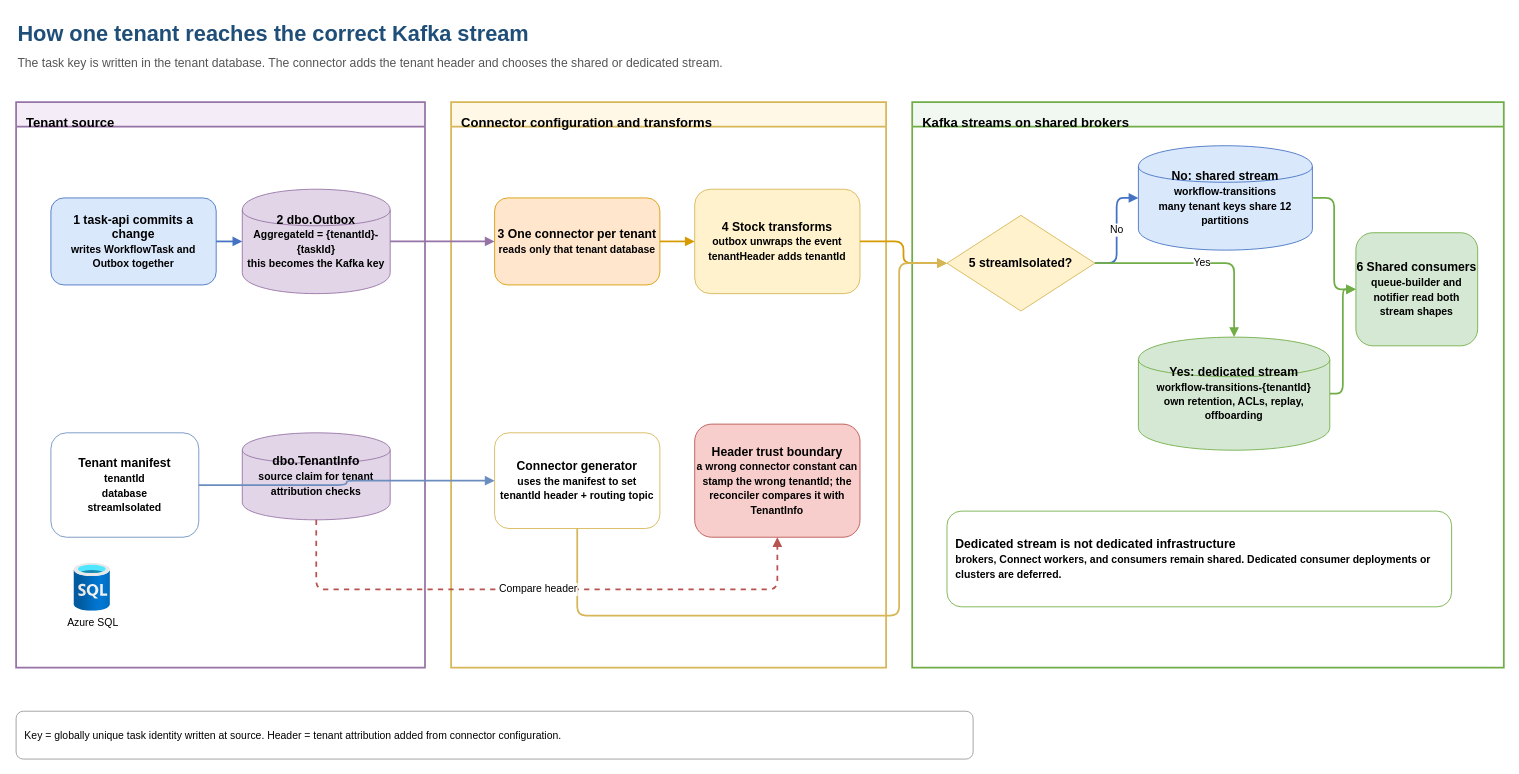
The draw.io diagram docs/diagrams/tenant-routing-isolation.drawio in collaborationwithothers/cdc-platform-azure, before the edit. Source tidied: cells renumbered, new cells numbered last; positions are measured from the earlier drawing's top-left corner, leaving out a move shared by most shapes. Both pictures are drawn from the tidied source at 87%, with x=0, y=0 at pixel (16, 15).
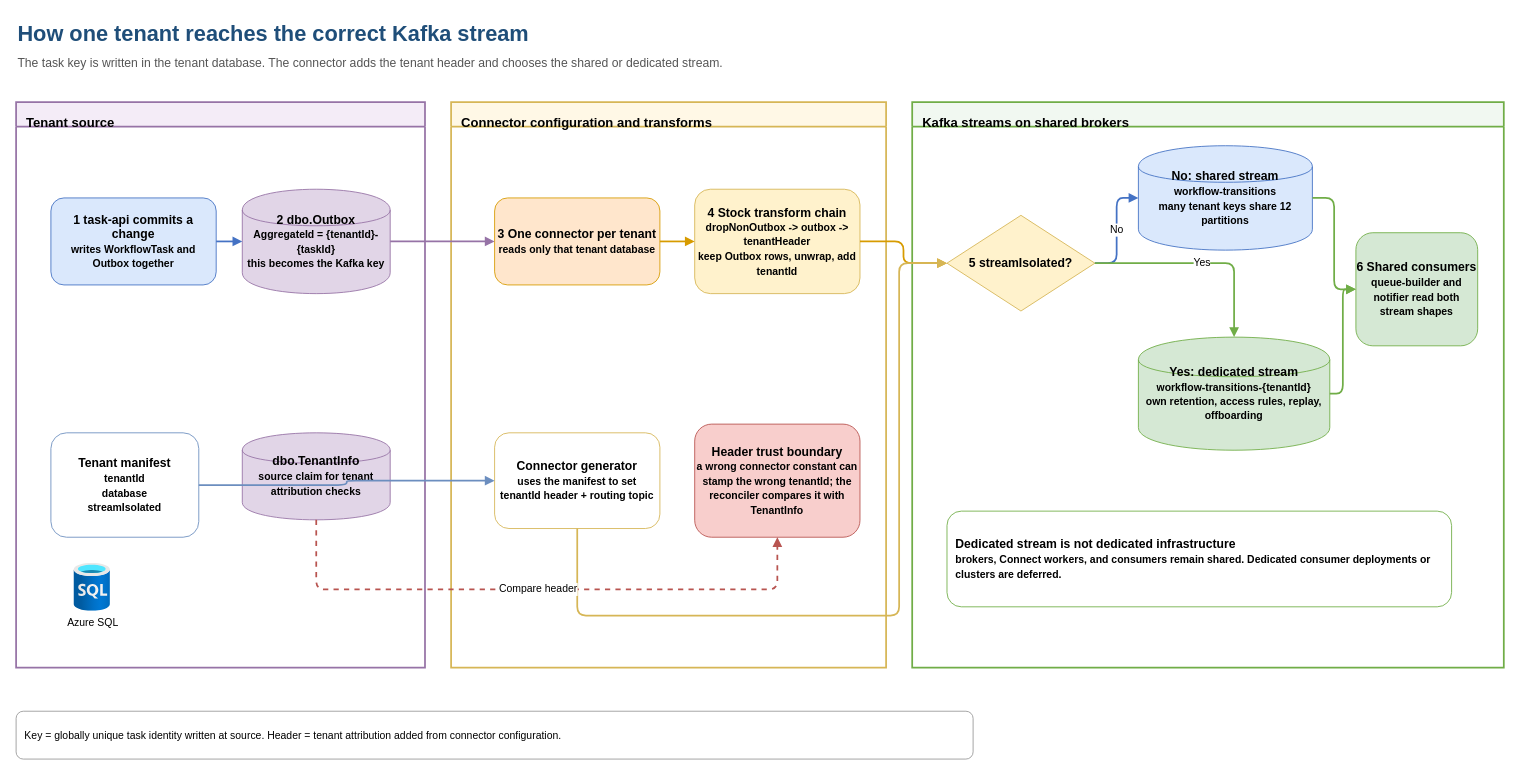
Above is the later version.

The change refers to these unchanged cells:
```xml
<mxCell id="10" value="dbo.TenantInfo&lt;br&gt;&lt;font style=&quot;font-size:12px&quot;&gt;source claim for tenant attribution checks&lt;/font&gt;" style="shape=cylinder;whiteSpace=wrap;html=1;fillColor=#e1d5e7;strokeColor=#9673a6;fontSize=14;fontStyle=1;" parent="1" vertex="1">
  <mxGeometry x="260" y="480" width="170" height="100" as="geometry" />
</mxCell>
<mxCell id="14" value="Connector generator&lt;br&gt;&lt;font style=&quot;font-size:12px&quot;&gt;uses the manifest to set&lt;br&gt;tenantId header + routing topic&lt;/font&gt;" style="rounded=1;whiteSpace=wrap;html=1;fillColor=#ffffff;strokeColor=#d6b656;fontSize=14;fontStyle=1;" parent="1" vertex="1">
  <mxGeometry x="550" y="480" width="190" height="110" as="geometry" />
</mxCell>
<mxCell id="15" value="Header trust boundary&lt;br&gt;&lt;font style=&quot;font-size:12px&quot;&gt;a wrong connector constant can stamp the wrong tenantId; the reconciler compares it with TenantInfo&lt;/font&gt;" style="rounded=1;whiteSpace=wrap;html=1;fillColor=#f8cecc;strokeColor=#b85450;fontSize=14;fontStyle=1;" parent="1" vertex="1">
  <mxGeometry x="780" y="470" width="190" height="130" as="geometry" />
</mxCell>
<mxCell id="16" value="5 streamIsolated?" style="rhombus;whiteSpace=wrap;html=1;fillColor=#fff2cc;strokeColor=#d6b656;fontSize=14;fontStyle=1;" parent="1" vertex="1">
  <mxGeometry x="1070" y="230" width="170" height="110" as="geometry" />
</mxCell>
```

What changed in the source:
```diff
@@
-    <mxCell id="13" value="4 Stock transforms&lt;br&gt;&lt;font style=&quot;font-size:12px&quot;&gt;outbox unwraps the event&lt;br&gt;tenantHeader adds tenantId&lt;/font&gt;" style="rounded=1;whiteSpace=wrap;html=1;fillColor=#fff2cc;strokeColor=#d6b656;fontSize=14;fontStyle=1;" parent="1" vertex="1">
+    <mxCell id="13" value="4 Stock transform chain&lt;br&gt;&lt;font style=&quot;font-size:12px&quot;&gt;dropNonOutbox -&gt; outbox -&gt; tenantHeader&lt;br&gt;keep Outbox rows, unwrap, add tenantId&lt;/font&gt;" style="rounded=1;whiteSpace=wrap;html=1;fillColor=#fff2cc;strokeColor=#d6b656;fontSize=14;fontStyle=1;" parent="1" vertex="1">
       <mxGeometry x="780" y="200" width="190" height="120" as="geometry" />
     </mxCell>
@@
-    <mxCell id="18" value="Yes: dedicated stream&lt;br&gt;&lt;font style=&quot;font-size:12px&quot;&gt;workflow-transitions-{tenantId}&lt;br&gt;own retention, ACLs, replay, offboarding&lt;/font&gt;" style="shape=cylinder;whiteSpace=wrap;html=1;fillColor=#d5e8d4;strokeColor=#70ad47;fontSize=14;fontStyle=1;" parent="1" vertex="1">
+    <mxCell id="18" value="Yes: dedicated stream&lt;br&gt;&lt;font style=&quot;font-size:12px&quot;&gt;workflow-transitions-{tenantId}&lt;br&gt;own retention, access rules, replay, offboarding&lt;/font&gt;" style="shape=cylinder;whiteSpace=wrap;html=1;fillColor=#d5e8d4;strokeColor=#70ad47;fontSize=14;fontStyle=1;" parent="1" vertex="1">
       <mxGeometry x="1290" y="370" width="220" height="130" as="geometry" />
     </mxCell>
@@
-    <mxCell id="30" style="edgeStyle=orthogonalEdgeStyle;rounded=1;html=1;strokeColor=#d6b656;strokeWidth=2;endArrow=block;flowAnimation=1;exitX=0.5;exitY=1;entryX=0;entryY=0.5;exitX=0.5;exitY=1.0;exitDx=0;exitDy=0;exitPerimeter=0;entryX=0.0;entryY=0.5;entryDx=0;entryDy=0;entryPerimeter=0;" parent="1" edge="1" source="14" target="16">
+    <mxCell id="30" style="edgeStyle=orthogonalEdgeStyle;rounded=1;html=1;strokeColor=#d6b656;strokeWidth=2;endArrow=block;flowAnimation=1;exitX=0.5;exitY=1;entryX=0;entryY=0.5;exitX=0.5;exitY=1.0;exitDx=0;exitDy=0;exitPerimeter=0;entryX=0.0;entryY=0.5;entryDx=0;entryDy=0;entryPerimeter=0;exitX=0.5;exitY=1.0;exitDx=0;exitDy=0;exitPerimeter=0;entryX=0.0;entryY=0.5;entryDx=0;entryDy=0;entryPerimeter=0;" parent="1" edge="1" source="14" target="16">
       <mxGeometry relative="1" as="geometry">
         <Array as="points">
           <mxPoint x="645" y="690" />
           <mxPoint x="1015" y="690" />
           <mxPoint x="1015" y="285" />
         </Array>
       </mxGeometry>
     </mxCell>
-    <mxCell id="31" value="Compare header" style="edgeStyle=orthogonalEdgeStyle;rounded=1;html=1;strokeColor=#b85450;strokeWidth=2;dashed=1;endArrow=block;fontSize=12;exitX=0.5;exitY=1;entryX=0.5;entryY=1;exitX=0.5;exitY=1.0;exitDx=0;exitDy=0;exitPerimeter=0;entryX=0.5;entryY=1.0;entryDx=0;entryDy=0;entryPerimeter=0;exitX=0.5;exitY=1.0;exitDx=0;exitDy=0;exitPerimeter=0;entryX=0.5;entryY=1.0;entryDx=0;entryDy=0;entryPerimeter=0;" parent="1" edge="1" source="10" target="15">
+    <mxCell id="31" value="Compare header" style="edgeStyle=orthogonalEdgeStyle;rounded=1;html=1;strokeColor=#b85450;strokeWidth=2;dashed=1;endArrow=block;fontSize=12;exitX=0.5;exitY=1;entryX=0.5;entryY=1;exitX=0.5;exitY=1.0;exitDx=0;exitDy=0;exitPerimeter=0;entryX=0.5;entryY=1.0;entryDx=0;entryDy=0;entryPerimeter=0;exitX=0.5;exitY=1.0;exitDx=0;exitDy=0;exitPerimeter=0;entryX=0.5;entryY=1.0;entryDx=0;entryDy=0;entryPerimeter=0;exitX=0.5;exitY=1.0;exitDx=0;exitDy=0;exitPerimeter=0;entryX=0.5;entryY=1.0;entryDx=0;entryDy=0;entryPerimeter=0;" parent="1" edge="1" source="10" target="15">
       <mxGeometry relative="1" as="geometry">
         <Array as="points">
           <mxPoint x="345" y="660" />
           <mxPoint x="875" y="660" />
         </Array>
       </mxGeometry>
     </mxCell>
```
